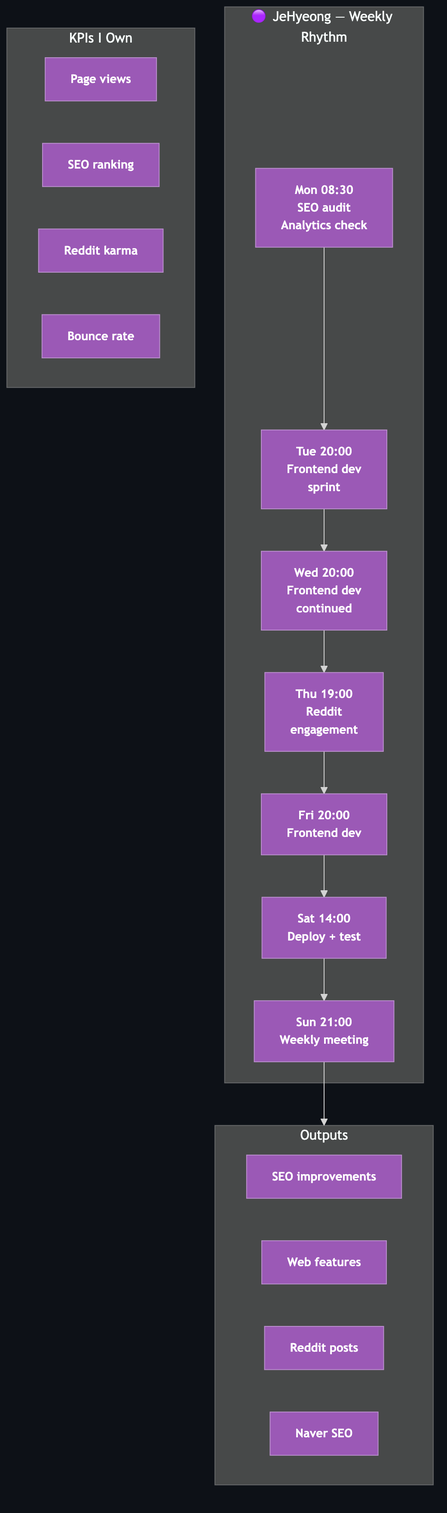
JeHyeong2/hypeprooflab keeps this Mermaid diagram as products/hypeproof-workflow-diagrams/personal-jehyeong.png. Above is the earlier version. Its source is kept beside it as products/hypeproof-workflow-diagrams/personal-jehyeong.mmd. Source of this version:
```mermaid
flowchart TB
    classDef jehyeong fill:#9b59b6,stroke:#bb8fce,color:#fff,font-weight:bold,font-size:14px
    classDef dim fill:#30363d,stroke:#484f58,color:#8b949e

    subgraph WEEK["🟣 JeHyeong — Weekly Rhythm"]
        MON["Mon 08:30<br/>SEO audit<br/>Analytics check"]
        TUE["Tue 20:00<br/>Frontend dev<br/>sprint"]
        WED["Wed 20:00<br/>Frontend dev<br/>continued"]
        THU["Thu 19:00<br/>Reddit<br/>engagement"]
        FRI["Fri 20:00<br/>Frontend dev"]
        SAT["Sat 14:00<br/>Deploy + test"]
        SUN["Sun 21:00<br/>Weekly meeting"]
    end

    subgraph OUT["Outputs"]
        O1["SEO improvements"]
        O2["Web features"]
        O3["Reddit posts"]
        O4["Naver SEO"]
    end

    subgraph KPI["KPIs I Own"]
        K1["Page views"]
        K2["SEO ranking"]
        K3["Reddit karma"]
        K4["Bounce rate"]
    end

    MON --> TUE --> WED --> THU --> FRI --> SAT --> SUN
    SUN --> OUT

    class MON,TUE,WED,THU,FRI,SAT,SUN,O1,O2,O3,O4,K1,K2,K3,K4 jehyeong
```
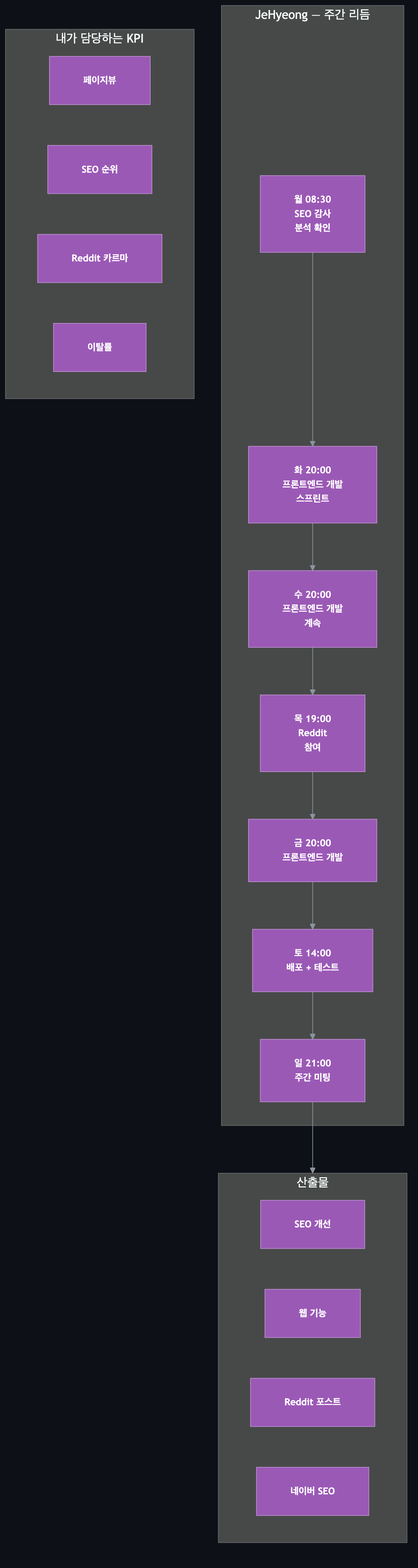
The same file after the commit.

Change to the diagram source:
```diff
@@ -2,28 +2,28 @@
     classDef jehyeong fill:#9b59b6,stroke:#bb8fce,color:#fff,font-weight:bold,font-size:14px
     classDef dim fill:#30363d,stroke:#484f58,color:#8b949e
 
-    subgraph WEEK["🟣 JeHyeong — Weekly Rhythm"]
-        MON["Mon 08:30<br/>SEO audit<br/>Analytics check"]
-        TUE["Tue 20:00<br/>Frontend dev<br/>sprint"]
-        WED["Wed 20:00<br/>Frontend dev<br/>continued"]
-        THU["Thu 19:00<br/>Reddit<br/>engagement"]
-        FRI["Fri 20:00<br/>Frontend dev"]
-        SAT["Sat 14:00<br/>Deploy + test"]
-        SUN["Sun 21:00<br/>Weekly meeting"]
+    subgraph WEEK["JeHyeong — 주간 리듬"]
+        MON["월 08:30<br/>SEO 감사<br/>분석 확인"]
+        TUE["화 20:00<br/>프론트엔드 개발<br/>스프린트"]
+        WED["수 20:00<br/>프론트엔드 개발<br/>계속"]
+        THU["목 19:00<br/>Reddit<br/>참여"]
+        FRI["금 20:00<br/>프론트엔드 개발"]
+        SAT["토 14:00<br/>배포 + 테스트"]
+        SUN["일 21:00<br/>주간 미팅"]
     end
 
-    subgraph OUT["Outputs"]
-        O1["SEO improvements"]
-        O2["Web features"]
-        O3["Reddit posts"]
-        O4["Naver SEO"]
+    subgraph OUT["산출물"]
+        O1["SEO 개선"]
+        O2["웹 기능"]
+        O3["Reddit 포스트"]
+        O4["네이버 SEO"]
     end
 
-    subgraph KPI["KPIs I Own"]
-        K1["Page views"]
-        K2["SEO ranking"]
-        K3["Reddit karma"]
-        K4["Bounce rate"]
+    subgraph KPI["내가 담당하는 KPI"]
+        K1["페이지뷰"]
+        K2["SEO 순위"]
+        K3["Reddit 카르마"]
+        K4["이탈률"]
     end
 
     MON --> TUE --> WED --> THU --> FRI --> SAT --> SUN
```
